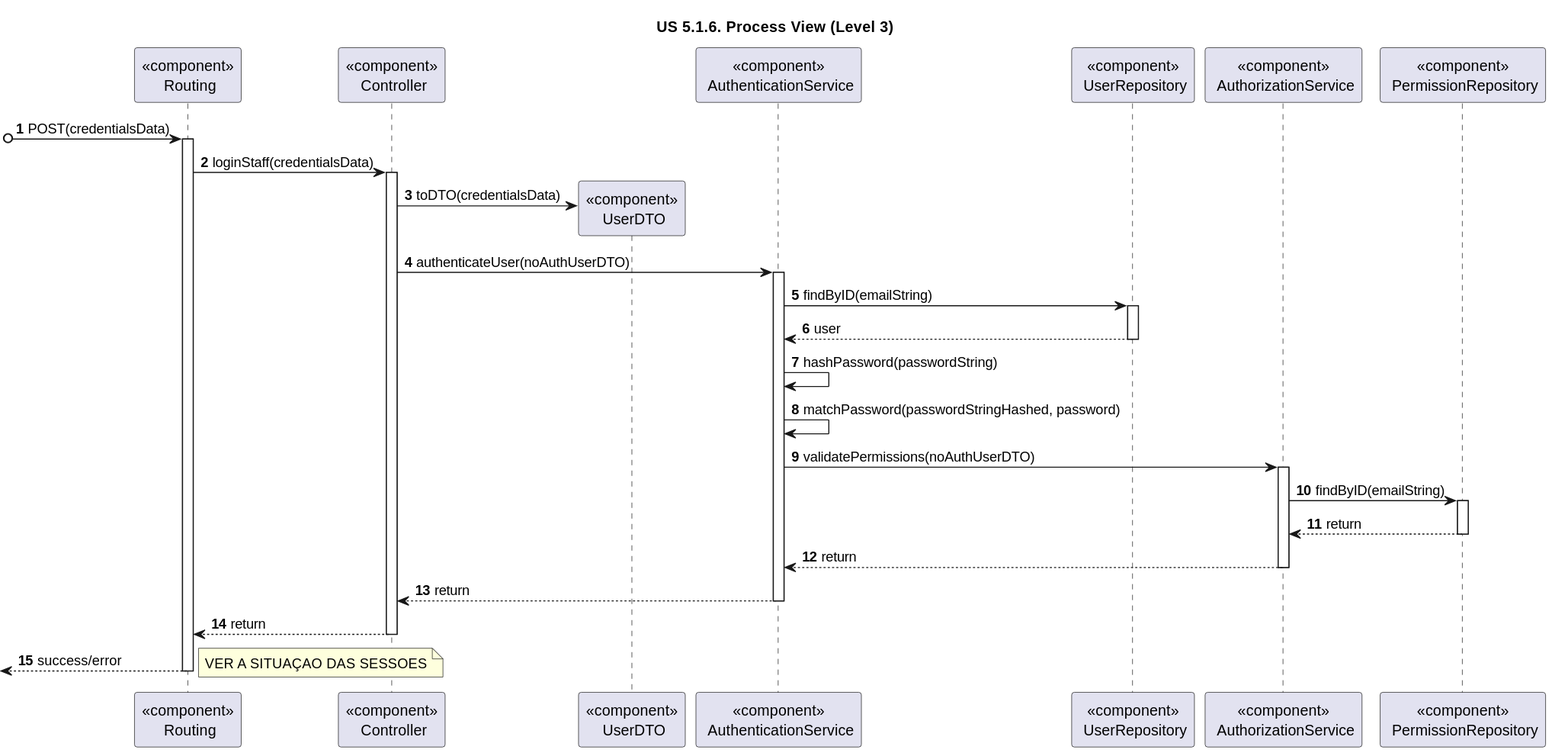
Before: docs/sprint-1/us-5.1.6/Process_View/Level-3/us6-process-view-lvl3.svg, a diagram exported from PlantUML (rita-barbosa/LAPR5-2425).
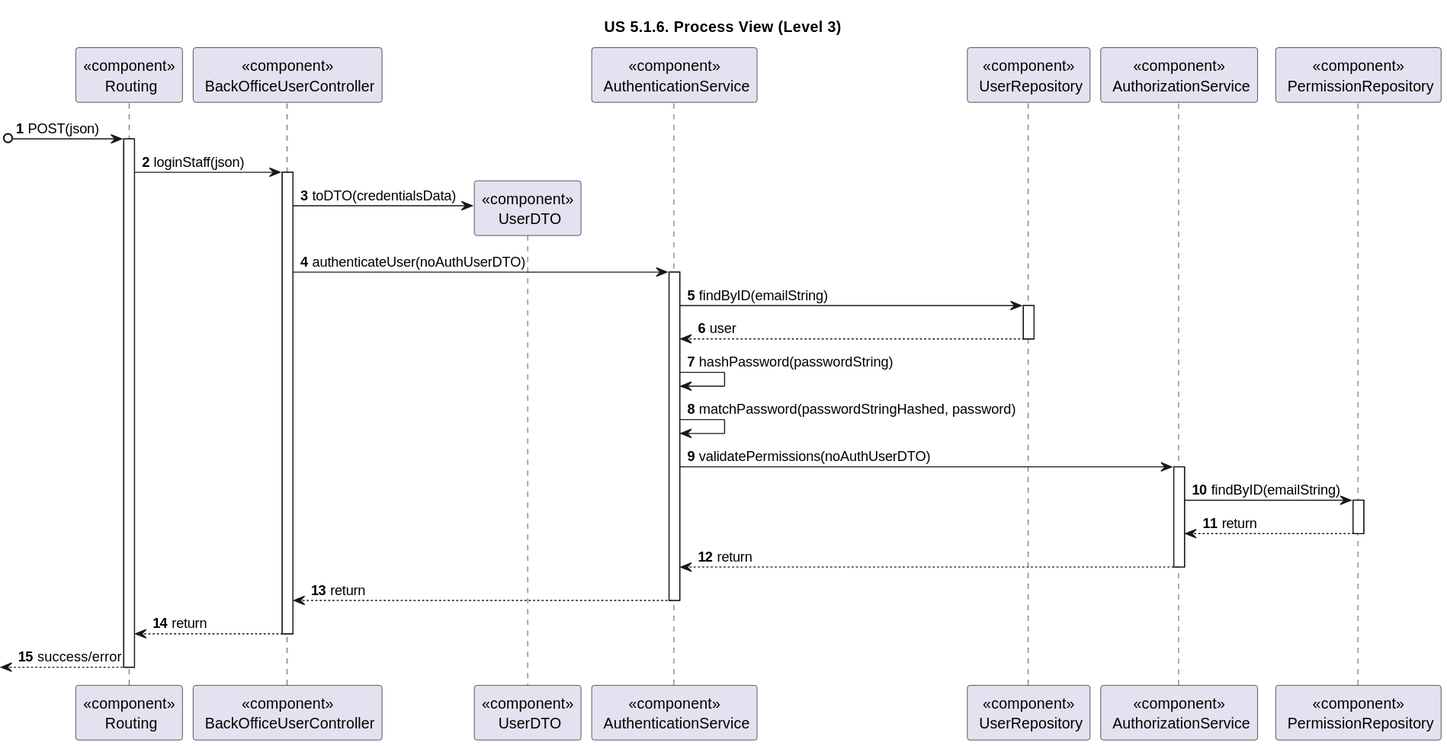
Above is the later version.

Commit message:
DG38-9 | docs: process views diagrams update

The edit, as a diff of the source:
```diff
@@ -5,7 +5,7 @@
 autonumber
 
 participant "<<component>>\n Routing" as ROUTE
-participant "<<component>>\n Controller" as CONTROL
+participant "<<component>>\n BackOfficeUserController" as CONTROL
 
 participant "<<component>>\n UserDTO" as UserDTO
 
@@ -16,10 +16,10 @@
 participant "<<component>>\n PermissionRepository" as AUTHZRepo
 
 
-[o-> ROUTE : POST(credentialsData)
+[o-> ROUTE : POST(json)
 activate ROUTE
 
-ROUTE -> CONTROL : loginStaff(credentialsData)
+ROUTE -> CONTROL : loginStaff(json)
 activate CONTROL
 
 CONTROL -> UserDTO** : toDTO(credentialsData)
@@ -58,9 +58,6 @@
 deactivate CONTROL
 
 <-- ROUTE : success/error
-note right
-VER A SITUAÇAO DAS SESSOES
-end note
 
 deactivate ROUTE
 @enduml
```
